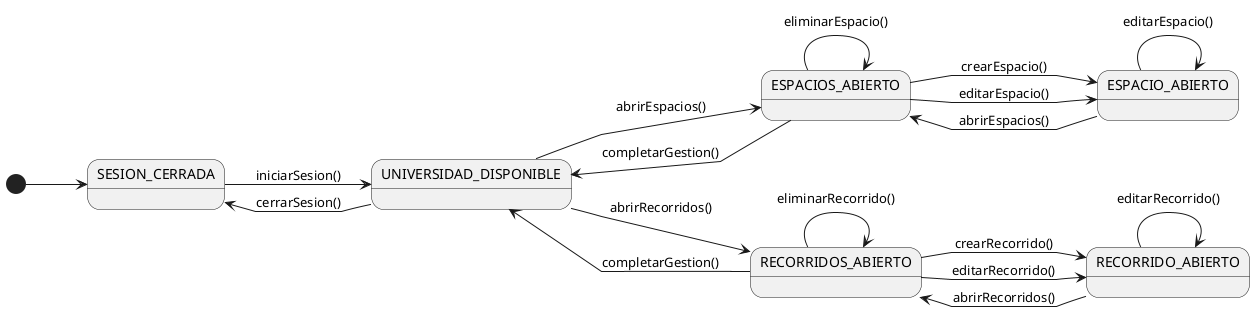
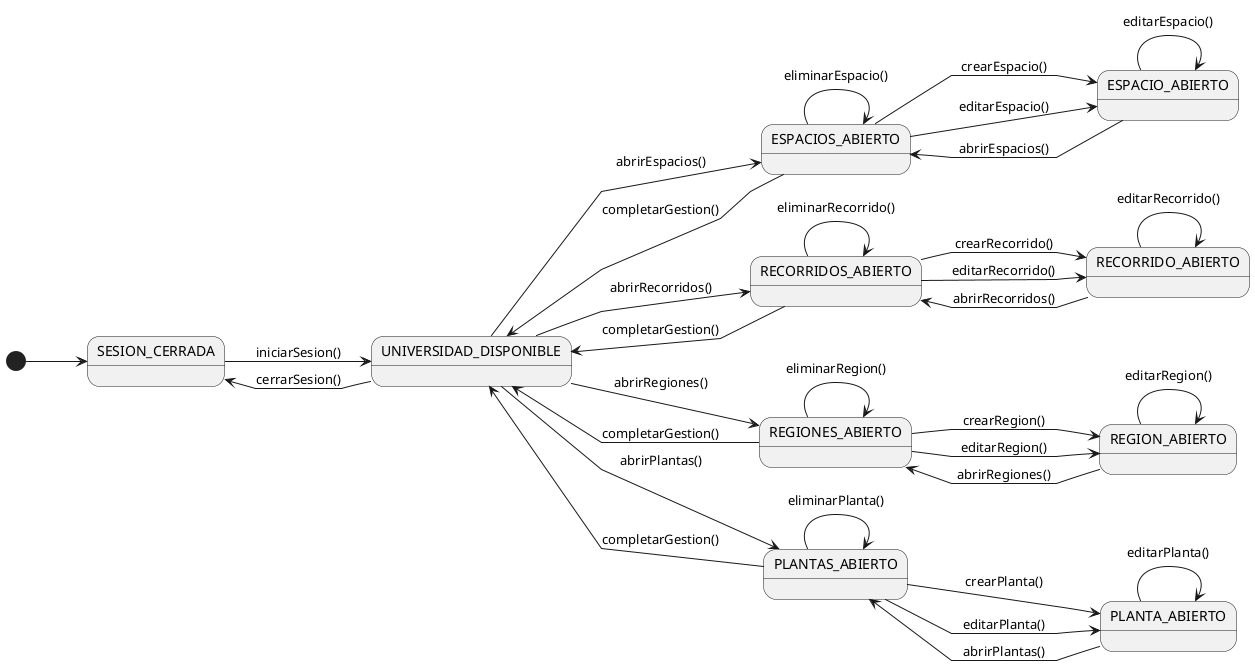
@startuml diagrama-contexto-administrador

left to right direction
skinparam linetype polyline

state "SESION_CERRADA" as NoAuth
state "UNIVERSIDAD_DISPONIBLE" as Menu

state "ESPACIOS_ABIERTO" as ListEspacios
state "ESPACIO_ABIERTO" as EditEspacio
state "RECORRIDOS_ABIERTO" as ListRecorridos
state "RECORRIDO_ABIERTO" as EditRecorrido
+ state "REGIONES_ABIERTO" as ListRegiones
+ state "REGION_ABIERTO" as EditRegion
+ state "PLANTAS_ABIERTO" as ListPlantas
+ state "PLANTA_ABIERTO" as EditPlanta

[*] --> NoAuth

NoAuth --> Menu : iniciarSesion()

Menu --> NoAuth : cerrarSesion()
Menu --> ListEspacios: abrirEspacios()
Menu --> ListRecorridos: abrirRecorridos()
+ Menu --> ListRegiones: abrirRegiones()
+ Menu --> ListPlantas: abrirPlantas()


ListEspacios --> EditEspacio: crearEspacio()
ListEspacios --> EditEspacio: editarEspacio()
ListEspacios --> ListEspacios: eliminarEspacio()

EditEspacio --> EditEspacio: editarEspacio()
EditEspacio --> ListEspacios: abrirEspacios()

ListRecorridos --> EditRecorrido: crearRecorrido()
ListRecorridos --> EditRecorrido: editarRecorrido()
ListRecorridos --> ListRecorridos: eliminarRecorrido()

EditRecorrido --> EditRecorrido: editarRecorrido()
EditRecorrido --> ListRecorridos: abrirRecorridos()

+ ListRegiones --> EditRegion: crearRegion()
+ ListRegiones --> EditRegion: editarRegion()
+ ListRegiones --> ListRegiones: eliminarRegion()
+ 
+ EditRegion --> EditRegion: editarRegion()
+ EditRegion --> ListRegiones: abrirRegiones()
+ 
+ ListPlantas --> EditPlanta: crearPlanta()
+ ListPlantas --> EditPlanta: editarPlanta()
+ ListPlantas --> ListPlantas: eliminarPlanta()
+ 
+ EditPlanta --> EditPlanta: editarPlanta()
+ EditPlanta --> ListPlantas: abrirPlantas()
+ 

ListEspacios --> Menu: completarGestion()
ListRecorridos --> Menu: completarGestion()
+ ListRegiones --> Menu: completarGestion()
+ ListPlantas --> Menu: completarGestion()

@enduml
